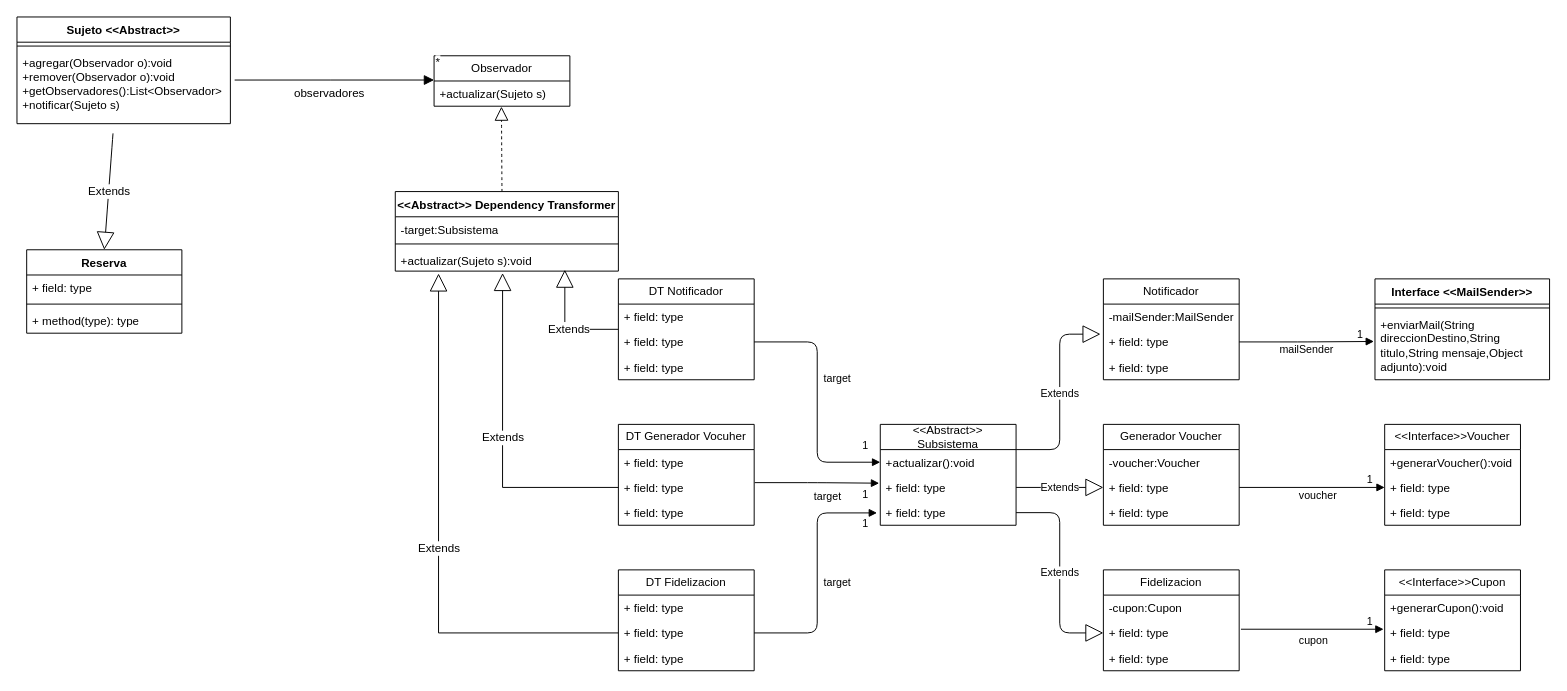
Above: UML/2.5 notificaciones de la reserva.drawio in MartinianoOliveto/po2-integrador (draw.io), before the change. Source tidied: cells renumbered, new cells numbered last; positions are measured from the earlier drawing's top-left corner, leaving out a move shared by most shapes. Both pictures are drawn from the tidied source at 97%, with x=0, y=0 at pixel (16, 16).
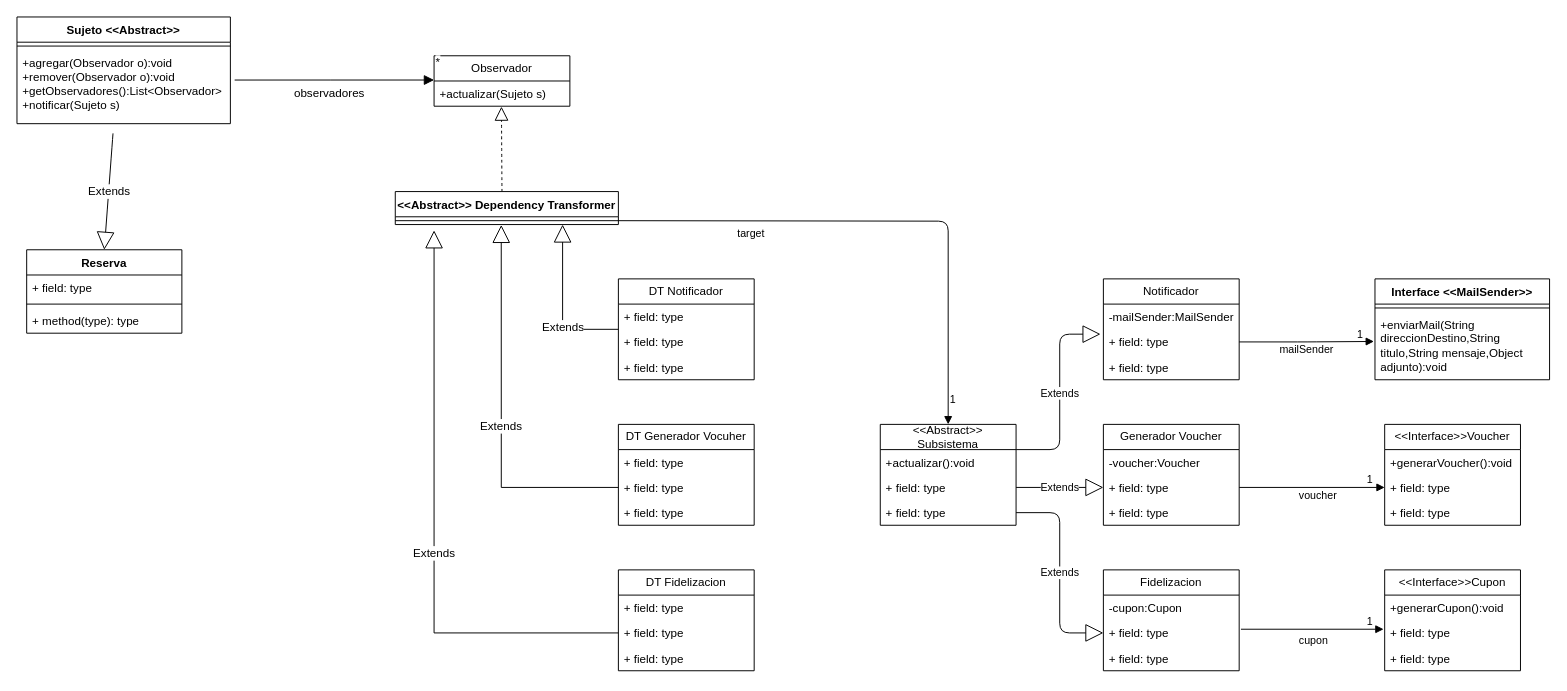
Above is the later version.

Unchanged cells that the change refers to:
```xml
<mxCell id="15" value="DT Notificador" style="swimlane;fontStyle=0;horizontal=1;startSize=26;fillColor=none;whiteSpace=wrap;html=1;" parent="1" vertex="1">
  <mxGeometry x="620" y="270" width="140" height="104" as="geometry" />
</mxCell>
<mxCell id="17" value="+ field: type" style="text;strokeColor=none;fillColor=none;align=left;verticalAlign=top;spacingLeft=4;spacingRight=4;overflow=hidden;points=[[0,0.5],[1,0.5]];portConstraint=eastwest;whiteSpace=wrap;html=1;" parent="15" vertex="1">
  <mxGeometry y="52" width="140" height="26" as="geometry" />
</mxCell>
<mxCell id="21" value="+ field: type" style="text;strokeColor=none;fillColor=none;align=left;verticalAlign=top;spacingLeft=4;spacingRight=4;overflow=hidden;points=[[0,0.5],[1,0.5]];portConstraint=eastwest;whiteSpace=wrap;html=1;" parent="19" vertex="1">
  <mxGeometry y="52" width="140" height="26" as="geometry" />
</mxCell>
<mxCell id="25" value="+ field: type" style="text;strokeColor=none;fillColor=none;align=left;verticalAlign=top;spacingLeft=4;spacingRight=4;overflow=hidden;points=[[0,0.5],[1,0.5]];portConstraint=eastwest;whiteSpace=wrap;html=1;" parent="23" vertex="1">
  <mxGeometry y="52" width="140" height="26" as="geometry" />
</mxCell>
<mxCell id="53" value="&amp;lt;&amp;lt;Abstract&amp;gt;&amp;gt; Subsistema" style="swimlane;fontStyle=0;horizontal=1;startSize=26;fillColor=none;whiteSpace=wrap;html=1;" parent="1" vertex="1">
  <mxGeometry x="890" y="420" width="140" height="104" as="geometry" />
</mxCell>
<mxCell id="54" value="+actualizar():void" style="text;strokeColor=none;fillColor=none;align=left;verticalAlign=top;spacingLeft=4;spacingRight=4;overflow=hidden;points=[[0,0.5],[1,0.5]];portConstraint=eastwest;whiteSpace=wrap;html=1;" parent="53" vertex="1">
  <mxGeometry y="26" width="140" height="26" as="geometry" />
</mxCell>
<mxCell id="55" value="+ field: type" style="text;strokeColor=none;fillColor=none;align=left;verticalAlign=top;spacingLeft=4;spacingRight=4;overflow=hidden;points=[[0,0.5],[1,0.5]];portConstraint=eastwest;whiteSpace=wrap;html=1;" parent="53" vertex="1">
  <mxGeometry y="52" width="140" height="26" as="geometry" />
</mxCell>
<mxCell id="56" value="+ field: type" style="text;strokeColor=none;fillColor=none;align=left;verticalAlign=top;spacingLeft=4;spacingRight=4;overflow=hidden;points=[[0,0.5],[1,0.5]];portConstraint=eastwest;whiteSpace=wrap;html=1;" parent="53" vertex="1">
  <mxGeometry y="78" width="140" height="26" as="geometry" />
</mxCell>
```

What changed in the source:
```diff
@@
-    <mxCell id="27" value="Extends" style="endArrow=block;endSize=16;endFill=0;html=1;rounded=0;fontSize=12;defaultLabelBackgroundColor=page;exitX=0;exitY=0.5;exitDx=0;exitDy=0;edgeStyle=orthogonalEdgeStyle;libavoidRouting=1;entryX=0.76;entryY=0.94;entryDx=0;entryDy=0;entryPerimeter=0;" parent="1" edge="1" source="15" target="69">
-      <mxGeometry x="-0.13" relative="1" as="geometry">
+    <mxCell id="27" value="Extends" style="endArrow=block;endSize=16;endFill=0;html=1;rounded=0;fontSize=12;defaultLabelBackgroundColor=page;exitX=0;exitY=0.5;exitDx=0;exitDy=0;edgeStyle=orthogonalEdgeStyle;libavoidRouting=1;entryX=0.75;entryY=1;entryDx=0;entryDy=0;" parent="1" edge="1" source="15" target="66">
+      <mxGeometry x="-0.28" relative="1" as="geometry">
         <Array as="points">
-          <mxPoint x="564.8" y="322" />
+          <mxPoint x="562.5" y="322" />
         </Array>
       </mxGeometry>
     </mxCell>
-    <mxCell id="28" value="Extends" style="endArrow=block;endSize=16;endFill=0;html=1;rounded=0;fontSize=12;defaultLabelBackgroundColor=page;entryX=0.481;entryY=1.082;entryDx=0;entryDy=0;exitX=0;exitY=0.5;exitDx=0;exitDy=0;edgeStyle=orthogonalEdgeStyle;libavoidRouting=1;entryPerimeter=0;" parent="1" edge="1" source="21" target="69">
-      <mxGeometry relative="1" as="geometry">
+    <mxCell id="28" value="Extends" style="endArrow=block;endSize=16;endFill=0;html=1;rounded=0;fontSize=12;defaultLabelBackgroundColor=page;exitX=0;exitY=0.5;exitDx=0;exitDy=0;edgeStyle=orthogonalEdgeStyle;libavoidRouting=1;entryX=0.475;entryY=1.052;entryDx=0;entryDy=0;entryPerimeter=0;" parent="1" edge="1" source="21" target="68">
+      <mxGeometry x="-0.06" relative="1" as="geometry">
         <Array as="points">
-          <mxPoint x="500.6" y="485" />
+          <mxPoint x="499.3" y="485" />
         </Array>
       </mxGeometry>
     </mxCell>
-    <mxCell id="29" value="Extends" style="endArrow=block;endSize=16;endFill=0;html=1;rounded=0;fontSize=12;defaultLabelBackgroundColor=page;exitX=0;exitY=0.5;exitDx=0;exitDy=0;entryX=0.194;entryY=1.102;entryDx=0;entryDy=0;entryPerimeter=0;edgeStyle=orthogonalEdgeStyle;libavoidRouting=1;" parent="1" edge="1" source="25" target="69">
-      <mxGeometry x="-0.02" relative="1" as="geometry">
+    <mxCell id="29" value="Extends" style="endArrow=block;endSize=16;endFill=0;html=1;rounded=0;fontSize=12;defaultLabelBackgroundColor=page;exitX=0;exitY=0.5;exitDx=0;exitDy=0;edgeStyle=orthogonalEdgeStyle;libavoidRouting=1;" parent="1" edge="1" source="25">
+      <mxGeometry x="-0.1" relative="1" as="geometry">
+        <mxPoint x="430" y="220" as="targetPoint" />
         <Array as="points">
-          <mxPoint x="434.6" y="635" />
+          <mxPoint x="430" y="635" />
         </Array>
       </mxGeometry>
     </mxCell>
@@
-    <mxCell id="57" value="target" style="endArrow=block;endFill=1;html=1;edgeStyle=orthogonalEdgeStyle;align=left;verticalAlign=top;exitX=1;exitY=0.5;exitDx=0;exitDy=0;entryX=0;entryY=0.5;entryDx=0;entryDy=0;" parent="1" edge="1" source="17" target="54">
-      <mxGeometry x="-0.29" y="5" relative="1" as="geometry" />
-    </mxCell>
-    <mxCell id="58" value="1" style="edgeLabel;html=1;align=left;verticalAlign=bottom;" parent="57" vertex="1">
-      <mxGeometry x="-1" relative="1" as="geometry">
-        <mxPoint x="110" y="115" as="offset" />
-      </mxGeometry>
-    </mxCell>
-    <mxCell id="59" value="target" style="endArrow=block;endFill=1;html=1;edgeStyle=orthogonalEdgeStyle;align=left;verticalAlign=top;exitX=1.004;exitY=0.31;exitDx=0;exitDy=0;exitPerimeter=0;entryX=-0.008;entryY=0.332;entryDx=0;entryDy=0;entryPerimeter=0;" parent="1" edge="1" source="21" target="55">
-      <mxGeometry x="-0.08" y="-1" relative="1" as="geometry" />
-    </mxCell>
-    <mxCell id="60" value="1" style="edgeLabel;html=1;align=left;verticalAlign=bottom;" parent="59" vertex="1">
-      <mxGeometry x="-1" relative="1" as="geometry">
-        <mxPoint x="109" y="20" as="offset" />
-      </mxGeometry>
-    </mxCell>
-    <mxCell id="61" value="target" style="endArrow=block;endFill=1;html=1;edgeStyle=orthogonalEdgeStyle;align=left;verticalAlign=top;exitX=1;exitY=0.5;exitDx=0;exitDy=0;entryX=-0.024;entryY=0.51;entryDx=0;entryDy=0;entryPerimeter=0;" parent="1" edge="1" source="25" target="56">
-      <mxGeometry x="0.04" y="-5" relative="1" as="geometry" />
-    </mxCell>
-    <mxCell id="62" value="1" style="edgeLabel;html=1;align=left;verticalAlign=bottom;" parent="61" vertex="1">
-      <mxGeometry x="-1" relative="1" as="geometry">
-        <mxPoint x="110" y="-105" as="offset" />
-      </mxGeometry>
-    </mxCell>
@@
     <mxCell id="66" value="&amp;lt;&amp;lt;Abstract&amp;gt;&amp;gt; Dependency Transformer" style="swimlane;fontStyle=1;align=center;verticalAlign=top;horizontal=1;startSize=26;whiteSpace=wrap;html=1;" parent="1" vertex="1">
-      <mxGeometry x="390" y="180" width="230" height="82" as="geometry" />
+      <mxGeometry x="390" y="180" width="230" height="34" as="geometry" />
     </mxCell>
-    <mxCell id="67" value="-target:Subsistema" style="text;strokeColor=none;fillColor=none;align=left;verticalAlign=top;spacingLeft=4;spacingRight=4;overflow=hidden;whiteSpace=wrap;html=1;" parent="66" vertex="1">
-      <mxGeometry y="26" width="230" height="24" as="geometry" />
-    </mxCell>
     <mxCell id="68" style="line;strokeWidth=1;fillColor=none;align=left;verticalAlign=middle;spacingTop=-1;spacingLeft=3;spacingRight=3;labelPosition=right;points=[];portConstraint=eastwest;strokeColor=inherit;" parent="66" vertex="1">
-      <mxGeometry y="50" width="230" height="8" as="geometry" />
+      <mxGeometry y="26" width="230" height="8" as="geometry" />
     </mxCell>
-    <mxCell id="69" value="+actualizar(Sujeto s):void" style="text;strokeColor=none;fillColor=none;align=left;verticalAlign=top;spacingLeft=4;spacingRight=4;overflow=hidden;points=[[0,0.5],[1,0.5]];portConstraint=eastwest;whiteSpace=wrap;html=1;" parent="66" vertex="1">
-      <mxGeometry y="58" width="230" height="24" as="geometry" />
-    </mxCell>
@@
+    <mxCell id="76" value="target" style="endArrow=block;endFill=1;html=1;edgeStyle=orthogonalEdgeStyle;align=left;verticalAlign=top;entryX=0.5;entryY=0;entryDx=0;entryDy=0;" parent="1" edge="1" target="53">
+      <mxGeometry x="-0.56" relative="1" as="geometry">
+        <mxPoint x="620" y="210" as="sourcePoint" />
+      </mxGeometry>
+    </mxCell>
+    <mxCell id="77" value="1" style="edgeLabel;html=1;align=left;verticalAlign=bottom;" parent="76" vertex="1">
+      <mxGeometry x="-1" relative="1" as="geometry">
+        <mxPoint x="340" y="192" as="offset" />
+      </mxGeometry>
+    </mxCell>
```
